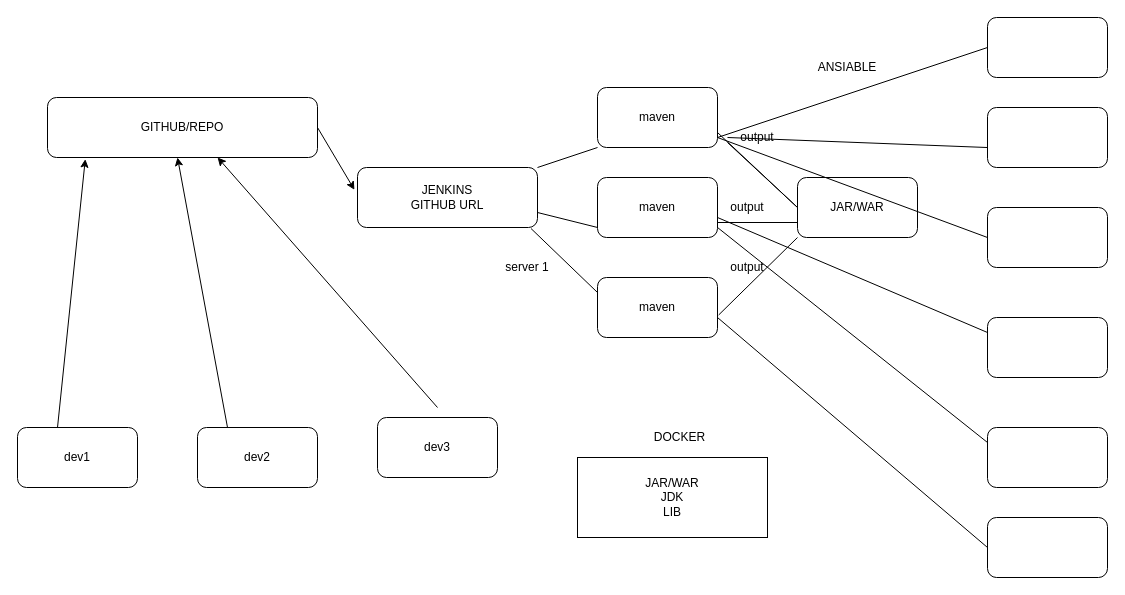
Before: git-maven-jenkins.drawio in ashisnishanka/JENKINS, a draw.io diagram. Source tidied: cells renumbered, new cells numbered last; positions are measured from the earlier drawing's top-left corner, leaving out a move shared by most shapes. Both pictures are drawn from the tidied source at 100%, with x=0, y=0 at pixel (17, 17).
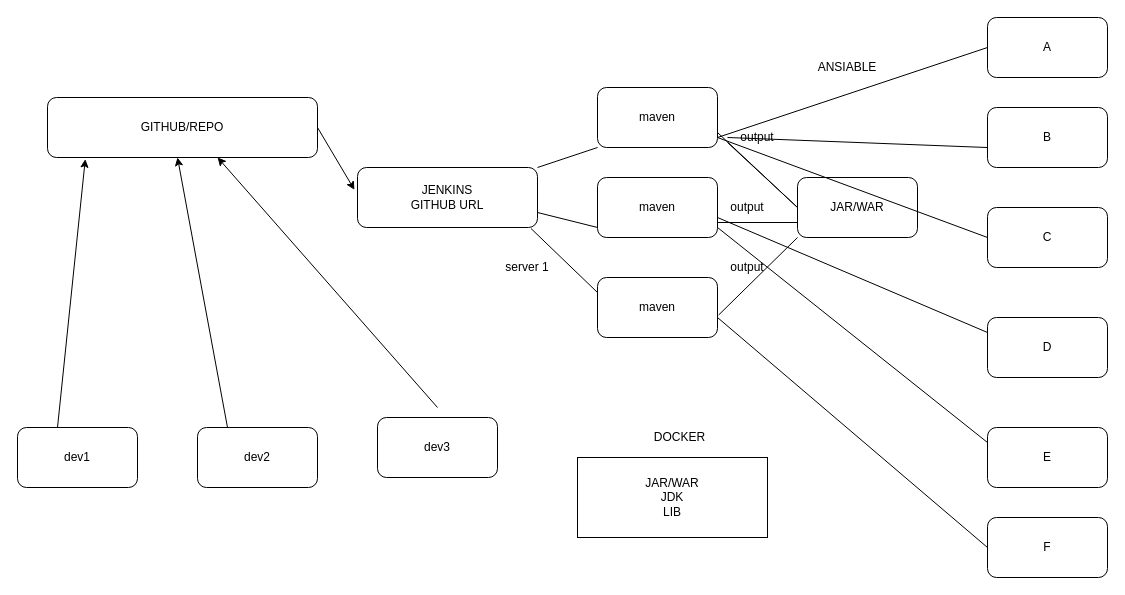
The same page after the edit.

Diff of the diagram source:
```diff
@@
-    <mxCell id="26" style="rounded=1;whiteSpace=wrap;html=1;" parent="1" vertex="1">
+    <mxCell id="26" value="A" style="rounded=1;whiteSpace=wrap;html=1;" parent="1" vertex="1">
       <mxGeometry x="970" width="120" height="60" as="geometry" />
     </mxCell>
-    <mxCell id="27" style="rounded=1;whiteSpace=wrap;html=1;" parent="1" vertex="1">
+    <mxCell id="27" value="B" style="rounded=1;whiteSpace=wrap;html=1;" parent="1" vertex="1">
       <mxGeometry x="970" y="90" width="120" height="60" as="geometry" />
     </mxCell>
-    <mxCell id="28" style="rounded=1;whiteSpace=wrap;html=1;" parent="1" vertex="1">
+    <mxCell id="28" value="C" style="rounded=1;whiteSpace=wrap;html=1;" parent="1" vertex="1">
       <mxGeometry x="970" y="190" width="120" height="60" as="geometry" />
     </mxCell>
-    <mxCell id="29" style="rounded=1;whiteSpace=wrap;html=1;" parent="1" vertex="1">
+    <mxCell id="29" value="D" style="rounded=1;whiteSpace=wrap;html=1;" parent="1" vertex="1">
       <mxGeometry x="970" y="300" width="120" height="60" as="geometry" />
     </mxCell>
-    <mxCell id="30" style="rounded=1;whiteSpace=wrap;html=1;" parent="1" vertex="1">
+    <mxCell id="30" value="E" style="rounded=1;whiteSpace=wrap;html=1;" parent="1" vertex="1">
       <mxGeometry x="970" y="410" width="120" height="60" as="geometry" />
     </mxCell>
-    <mxCell id="31" style="rounded=1;whiteSpace=wrap;html=1;" parent="1" vertex="1">
+    <mxCell id="31" value="F" style="rounded=1;whiteSpace=wrap;html=1;" parent="1" vertex="1">
       <mxGeometry x="970" y="500" width="120" height="60" as="geometry" />
     </mxCell>
```
